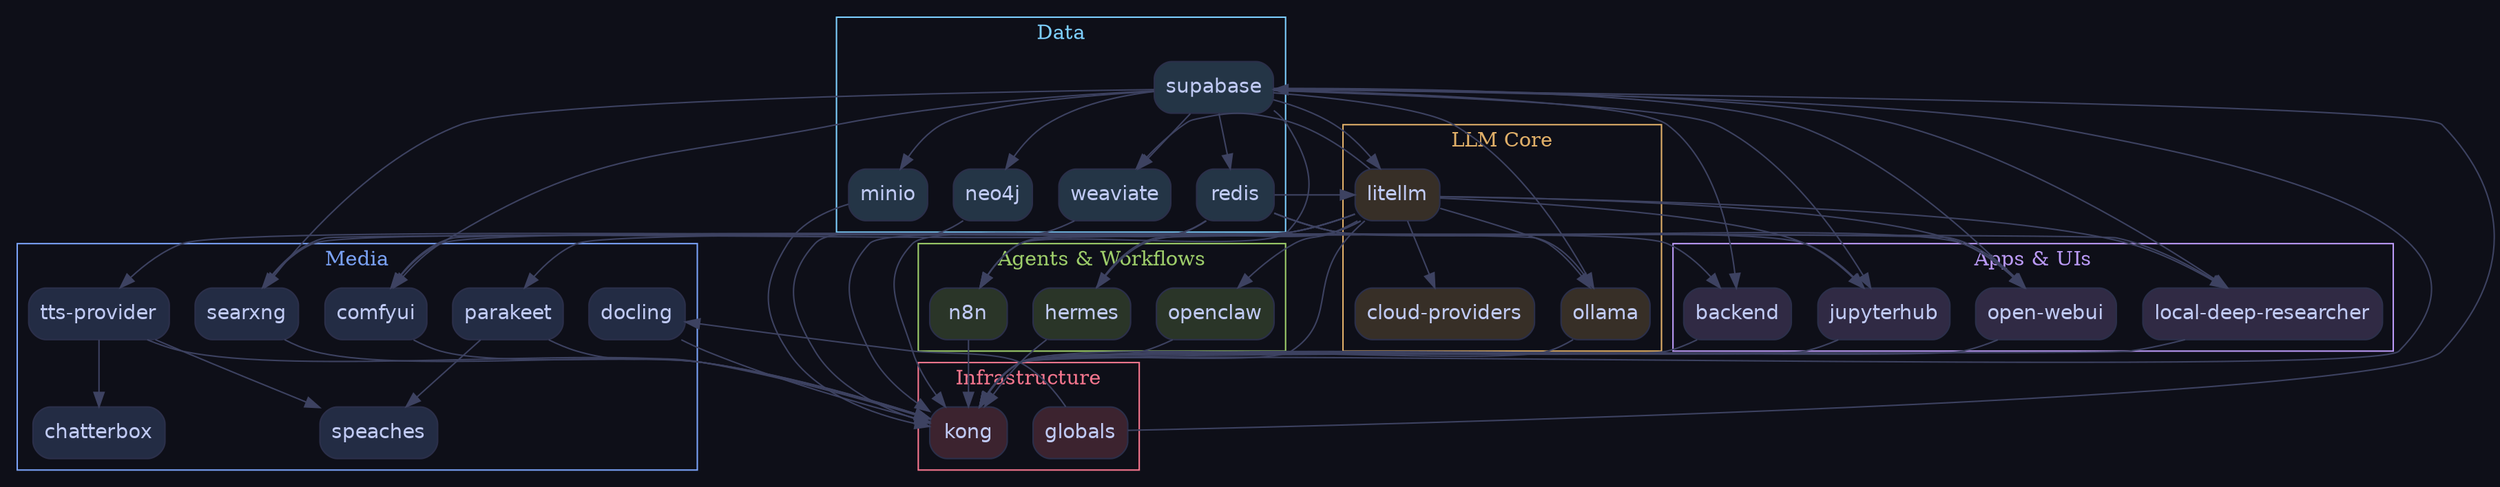
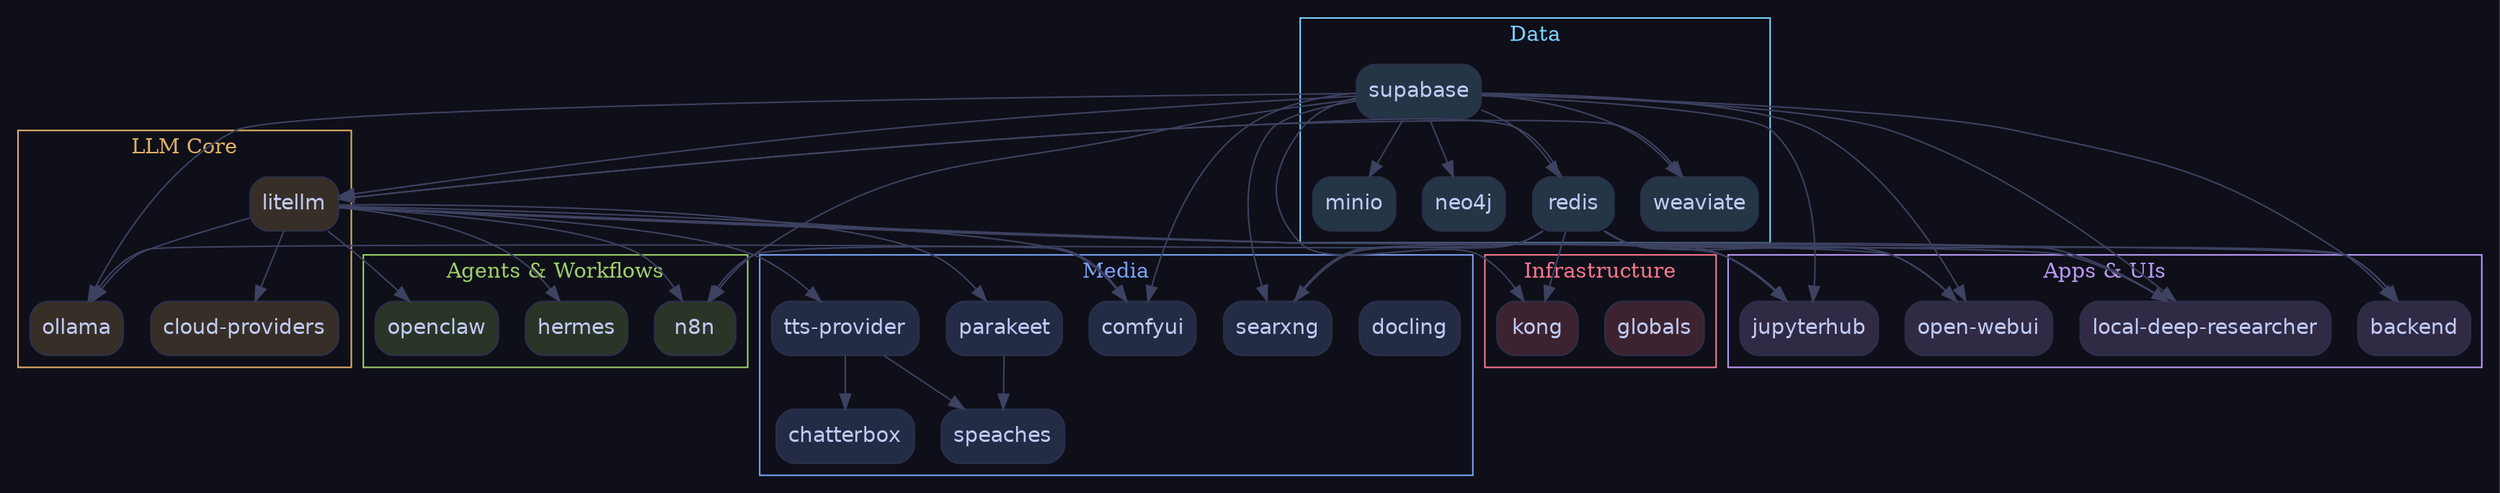
digraph stack {
  rankdir=TB;
  bgcolor="#0e0f18";
  node [shape=box, style="filled,rounded", fontname="Helvetica", fontcolor="#c0caf5", color="#2b2f4a"];
  edge [color="#3d4261"];

  subgraph "cluster_infra" {
    label="Infrastructure";
    fontcolor="#f7768e";
    color="#f7768e";
    "globals" [fillcolor="#f7768e33"];
    "kong" [fillcolor="#f7768e33"];
  }

  subgraph "cluster_data" {
    label="Data";
    fontcolor="#7dcfff";
    color="#7dcfff";
    "supabase" [fillcolor="#7dcfff33"];
    "minio" [fillcolor="#7dcfff33"];
    "neo4j" [fillcolor="#7dcfff33"];
    "redis" [fillcolor="#7dcfff33"];
    "weaviate" [fillcolor="#7dcfff33"];
  }

  subgraph "cluster_llm" {
    label="LLM Core";
    fontcolor="#e0af68";
    color="#e0af68";
    "litellm" [fillcolor="#e0af6833"];
    "cloud-providers" [fillcolor="#e0af6833"];
    "ollama" [fillcolor="#e0af6833"];
  }

  subgraph "cluster_media" {
    label="Media";
    fontcolor="#7aa2f7";
    color="#7aa2f7";
    "docling" [fillcolor="#7aa2f733"];
    "comfyui" [fillcolor="#7aa2f733"];
    "parakeet" [fillcolor="#7aa2f733"];
    "searxng" [fillcolor="#7aa2f733"];
    "tts-provider" [fillcolor="#7aa2f733"];
    "chatterbox" [fillcolor="#7aa2f733"];
    "speaches" [fillcolor="#7aa2f733"];
  }

  subgraph "cluster_agents" {
    label="Agents & Workflows";
    fontcolor="#9ece6a";
    color="#9ece6a";
    "hermes" [fillcolor="#9ece6a33"];
    "n8n" [fillcolor="#9ece6a33"];
    "openclaw" [fillcolor="#9ece6a33"];
  }

  subgraph "cluster_apps" {
    label="Apps & UIs";
    fontcolor="#bb9af7";
    color="#bb9af7";
    "backend" [fillcolor="#bb9af733"];
    "jupyterhub" [fillcolor="#bb9af733"];
    "open-webui" [fillcolor="#bb9af733"];
    "local-deep-researcher" [fillcolor="#bb9af733"];
  }

  "supabase" -> "backend";
  "redis" -> "backend";
+   "litellm" -> "backend";
  "tts-provider" -> "chatterbox";
  "litellm" -> "cloud-providers";
  "supabase" -> "comfyui";
  "litellm" -> "comfyui";
  "ollama" -> "comfyui";
-   "globals" -> "docling";
  "litellm" -> "hermes";
  "supabase" -> "jupyterhub";
  "redis" -> "jupyterhub";
  "litellm" -> "jupyterhub";
  "supabase" -> "kong";
  "redis" -> "kong";
-   "litellm" -> "kong";
-   "open-webui" -> "kong";
-   "n8n" -> "kong";
-   "hermes" -> "kong";
-   "openclaw" -> "kong";
-   "jupyterhub" -> "kong";
-   "backend" -> "kong";
-   "searxng" -> "kong";
-   "minio" -> "kong";
-   "comfyui" -> "kong";
-   "local-deep-researcher" -> "kong";
-   "neo4j" -> "kong";
-   "weaviate" -> "kong";
-   "tts-provider" -> "kong";
-   "parakeet" -> "kong";
-   "docling" -> "kong";
-   "ollama" -> "kong";
  "supabase" -> "litellm";
  "redis" -> "litellm";
  "supabase" -> "local-deep-researcher";
  "searxng" -> "local-deep-researcher";
  "litellm" -> "local-deep-researcher";
  "supabase" -> "minio";
  "supabase" -> "n8n";
  "redis" -> "n8n";
  "litellm" -> "n8n";
  "supabase" -> "neo4j";
  "supabase" -> "ollama";
  "litellm" -> "ollama";
  "supabase" -> "open-webui";
  "redis" -> "open-webui";
  "litellm" -> "open-webui";
-   "hermes" -> "open-webui";
  "litellm" -> "openclaw";
  "litellm" -> "parakeet";
  "supabase" -> "redis";
  "supabase" -> "searxng";
  "redis" -> "searxng";
  "parakeet" -> "speaches";
  "tts-provider" -> "speaches";
-   "globals" -> "supabase";
  "litellm" -> "tts-provider";
  "supabase" -> "weaviate";
  "litellm" -> "weaviate";
}
